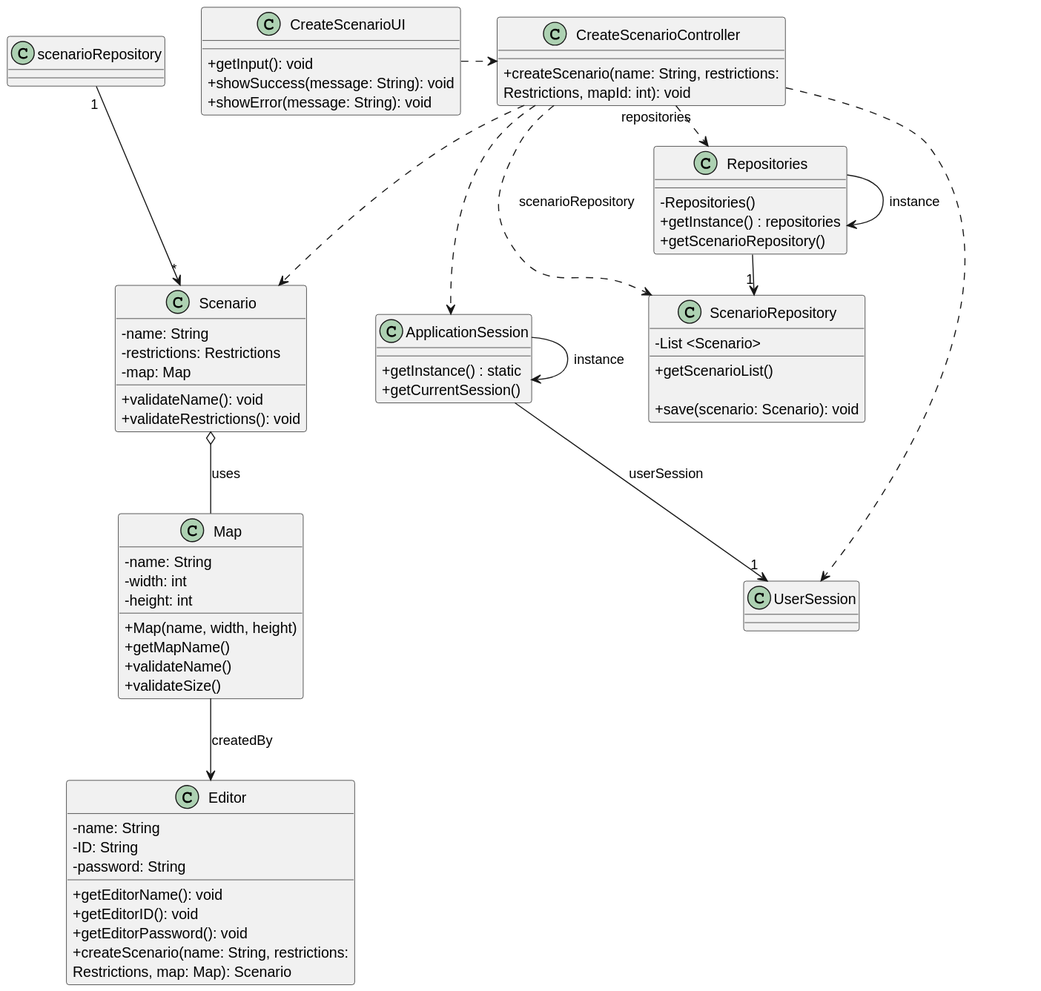
Before: docs/sprint2/us004/03.design/svg/us004-class-diagram.svg, a diagram exported from PlantUML (ivasduarte/all-aboard).
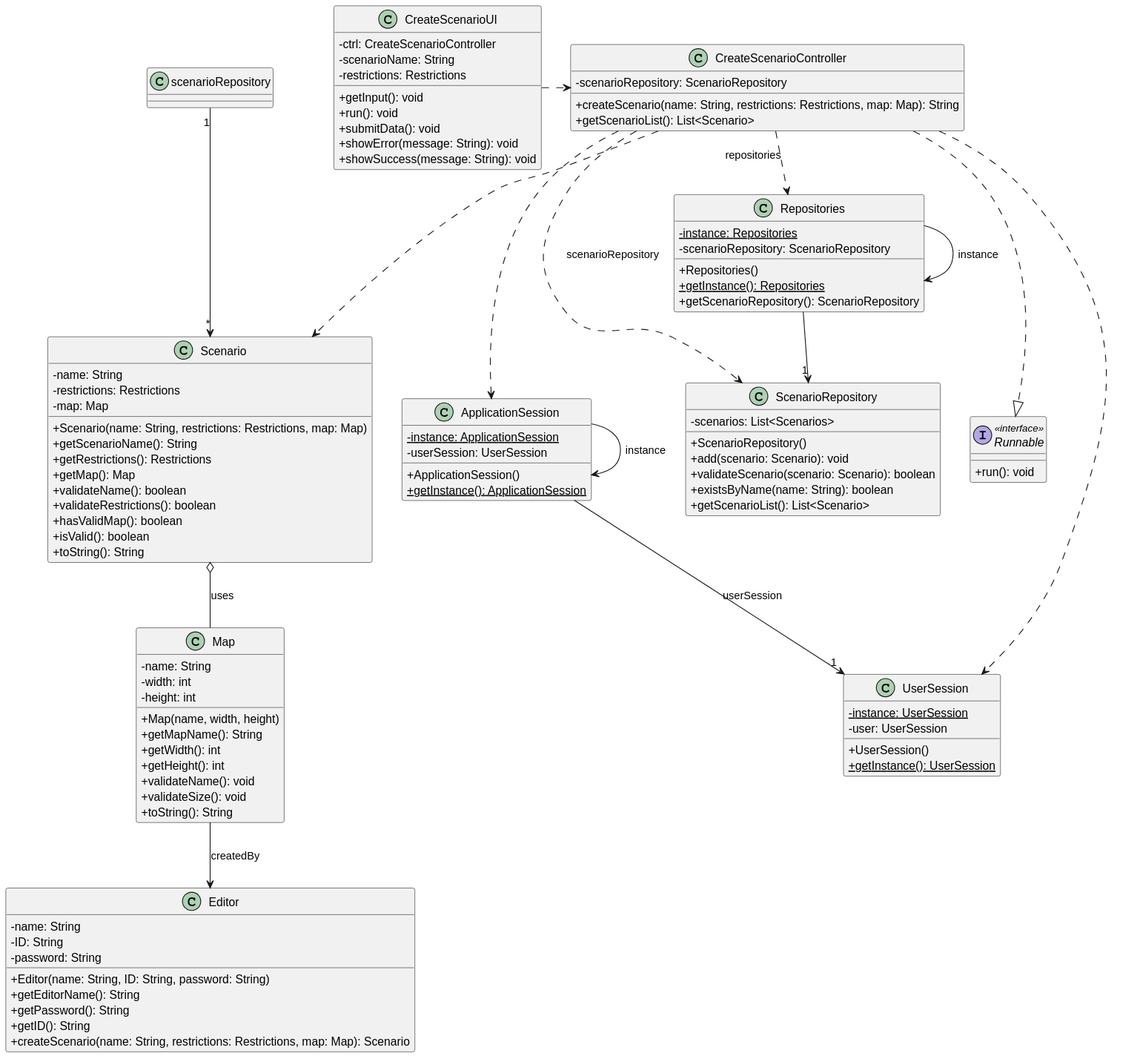
After the commit.

Commit message:
US004(docs): update of CD + svg, according to code

Change to the diagram source:
```diff
@@ -1,69 +1,103 @@
 @startuml
 skinparam classAttributeIconSize 0
 
+class Scenario {
+    -name: String
+    -restrictions: Restrictions
+    -map: Map
+    +Scenario(name: String, restrictions: Restrictions, map: Map)
+    +getScenarioName(): String
+    +getRestrictions(): Restrictions
+    +getMap(): Map
+    +validateName(): boolean
+    +validateRestrictions(): boolean
+    +hasValidMap(): boolean
+    +isValid(): boolean
+    +toString(): String
+}
+
+interface Runnable <<interface>>{
+    +run(): void
+}
+
 class CreateScenarioUI {
-  +getInput(): void
-  +showSuccess(message: String): void
-  +showError(message: String): void
+    -ctrl: CreateScenarioController
+    -scenarioName: String
+    -restrictions: Restrictions
+    +getInput(): void
+    +run(): void
+    +submitData(): void
+    +showError(message: String): void
+    +showSuccess(message: String): void
 }
 
 class CreateScenarioController {
-  +createScenario(name: String, restrictions:\nRestrictions, mapId: int): void
+    -scenarioRepository: ScenarioRepository
+    +createScenario(name: String, restrictions: Restrictions, map: Map): String
+    +getScenarioList(): List<Scenario>
 }
 
 class ScenarioRepository {
-    -List <Scenario>
-    +getScenarioList()
-
-    +save(scenario: Scenario): void
+    -scenarios: List<Scenarios>
+    +ScenarioRepository()
+    +add(scenario: Scenario): void
+    +validateScenario(scenario: Scenario): boolean
+    +existsByName(name: String): boolean
+    +getScenarioList(): List<Scenario>
 }
 
 class Editor {
     -name: String
     -ID: String
     -password: String
-    +getEditorName(): void
-    +getEditorID(): void
-    +getEditorPassword(): void
-    +createScenario(name: String, restrictions:\nRestrictions, map: Map): Scenario
+    +Editor(name: String, ID: String, password: String)
+    +getEditorName(): String
+    +getPassword(): String
+    +getID(): String
+    +createScenario(name: String, restrictions: Restrictions, map: Map): Scenario
 }
 
-class Scenario {
-  -name: String
-  -restrictions: Restrictions
-  -map: Map
-
-  +validateName(): void
-  +validateRestrictions(): void
-}
 
 class Map {
     -name: String
     -width: int
     -height: int
     +Map(name, width, height)
-    +getMapName()
-    +validateName()
-    +validateSize()
+    +getMapName(): String
+    +getWidth(): int
+    +getHeight(): int
+    +validateName(): void
+    +validateSize(): void
+    +toString(): String
 }
 
 class Repositories {
-    -Repositories()
-    +getInstance() : repositories
-    +getScenarioRepository()
+    -instance: Repositories{static}
+    -scenarioRepository: ScenarioRepository
+    +Repositories()
+    +getInstance(): Repositories{static}
+    +getScenarioRepository(): ScenarioRepository
 }
 
 class ApplicationSession {
-    +getInstance() : static
-    +getCurrentSession()
+    -instance: ApplicationSession{static}
+    -userSession: UserSession
+    +ApplicationSession()
+    +getInstance(): ApplicationSession{static}
 }
 
-class UserSession {}
+class UserSession {
+    -instance: UserSession{static}
+    -user: UserSession
+    +UserSession()
+    +getInstance(): UserSession{static}
+}
 
 
 Repositories -> Repositories : instance
 ApplicationSession -> ApplicationSession : instance
 
+CreateScenarioController ..|> Runnable
 CreateScenarioUI .> CreateScenarioController
 CreateScenarioController .> Repositories : repositories
 
```
